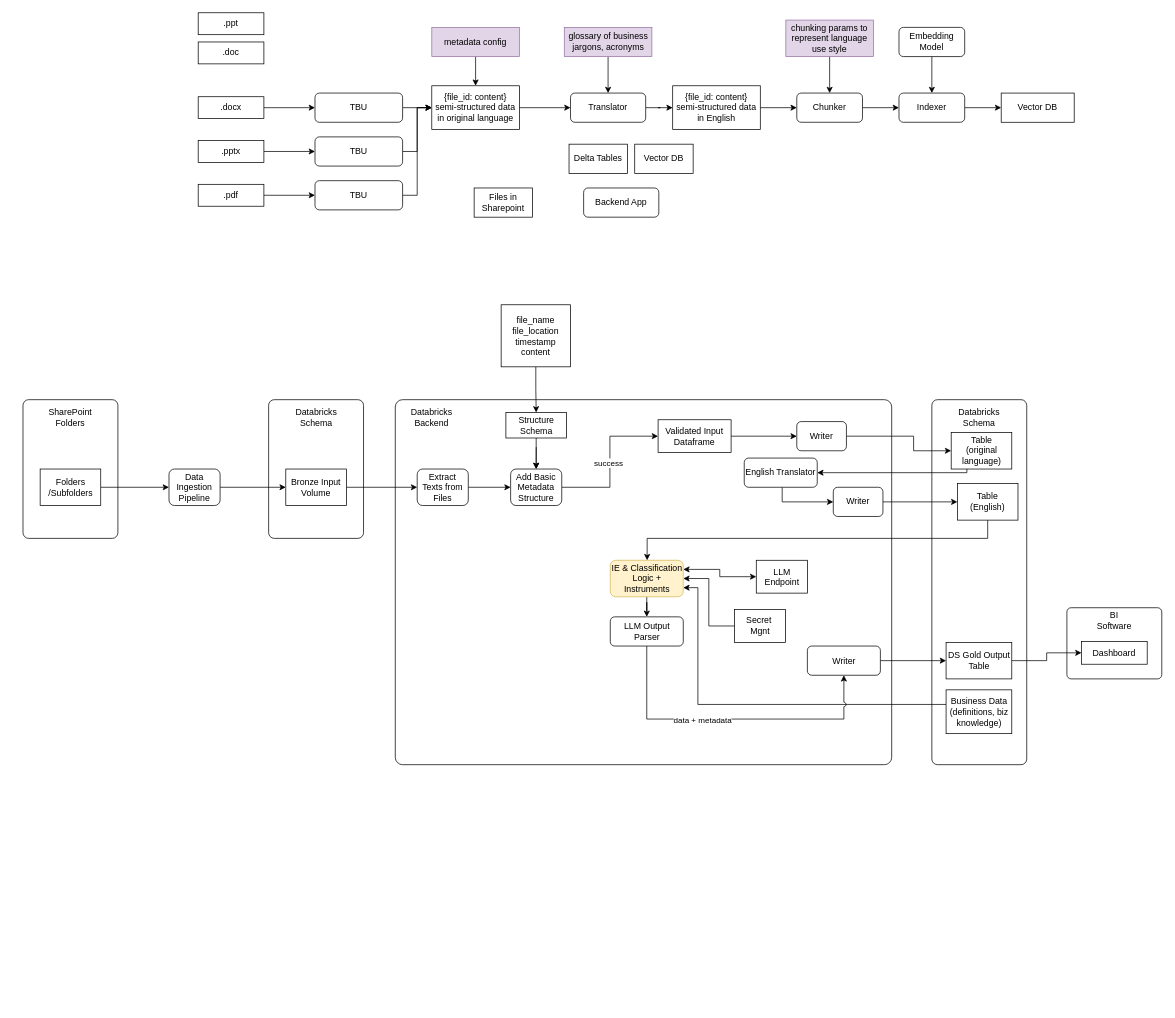
This is page "nea-safety-ie-classification" (1 of 3) of genai-classification.drawio from joshuavaple/draw-io, a draw.io file, before an edit. Source tidied: cells renumbered, new cells numbered last; positions are measured from the earlier drawing's top-left corner, leaving out a move shared by most shapes. Both pictures are drawn from the tidied source at 73%, with x=0, y=0 at pixel (23, 12).
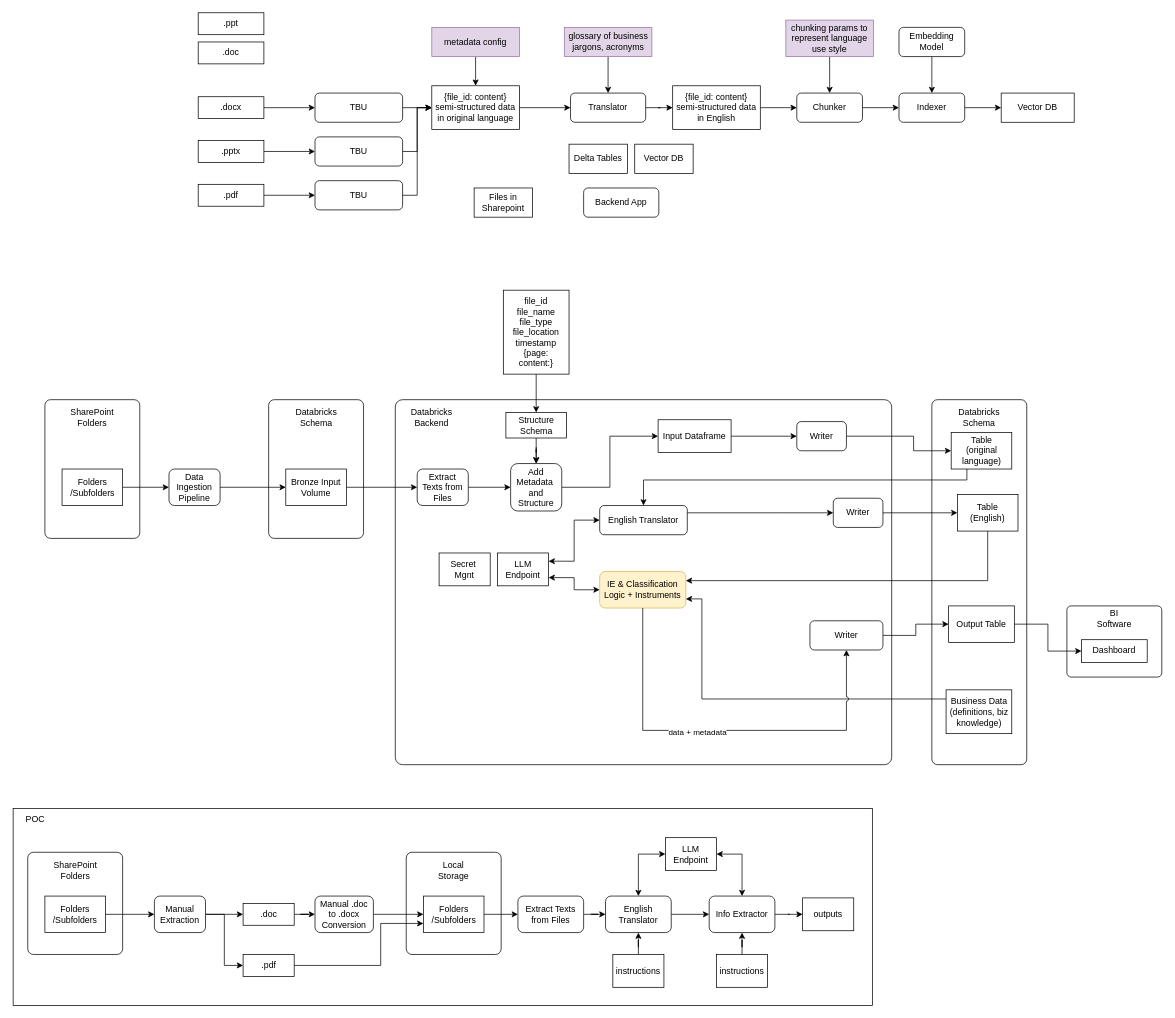
The same diagram, later.

Commit message:
added POC flow diagram

The change refers to these unchanged cells:
```xml
<mxCell id="42" style="edgeStyle=orthogonalEdgeStyle;rounded=0;jettySize=auto;html=1;entryX=0;entryY=0.5;entryDx=0;entryDy=0;" parent="1" edge="1" source="44" target="46">
  <mxGeometry relative="1" as="geometry" />
</mxCell>
<mxCell id="55" value="Business Data&lt;div&gt;(definitions, biz knowledge)&lt;/div&gt;" style="rounded=0;whiteSpace=wrap;html=1;" parent="1" vertex="1">
  <mxGeometry x="1264.5" y="927.5" width="90" height="60" as="geometry" />
</mxCell>
<mxCell id="57" value="Table&lt;div&gt;(original language)&lt;/div&gt;" style="rounded=0;whiteSpace=wrap;html=1;" parent="1" vertex="1">
  <mxGeometry x="1271.5" y="575" width="83" height="50" as="geometry" />
</mxCell>
```

Diff of the diagram source:
```diff
@@
+    <mxCell id="93" style="rounded=0;whiteSpace=wrap;html=1;" parent="1" vertex="1">
+      <mxGeometry x="-13.5" y="1090" width="1177" height="270" as="geometry" />
+    </mxCell>
@@
-    <mxCell id="43" value="success" style="edgeLabel;html=1;align=center;verticalAlign=middle;" parent="42" vertex="1">
-      <mxGeometry x="-0.11" relative="1" as="geometry">
-        <mxPoint x="-3" y="-10" as="offset" />
-      </mxGeometry>
-    </mxCell>
-    <mxCell id="44" value="Add Basic Metadata Structure" style="rounded=1;whiteSpace=wrap;html=1;" parent="1" vertex="1">
-      <mxGeometry x="668" y="625" width="70" height="50" as="geometry" />
+    <mxCell id="44" value="Add Metadata&amp;nbsp; and Structure" style="rounded=1;whiteSpace=wrap;html=1;" parent="1" vertex="1">
+      <mxGeometry x="668" y="617.5" width="70" height="65" as="geometry" />
     </mxCell>
@@
-    <mxCell id="46" value="Validated Input Dataframe" style="rounded=0;whiteSpace=wrap;html=1;" parent="1" vertex="1">
+    <mxCell id="46" value="Input Dataframe" style="rounded=0;whiteSpace=wrap;html=1;" parent="1" vertex="1">
       <mxGeometry x="870" y="557.5" width="100" height="45" as="geometry" />
     </mxCell>
@@
-    <mxCell id="48" value="LLM Endpoint" style="rounded=0;whiteSpace=wrap;html=1;" parent="1" vertex="1">
-      <mxGeometry x="1004.5" y="750" width="70" height="45" as="geometry" />
-    </mxCell>
-    <mxCell id="49" value="Secret&amp;nbsp;&lt;div&gt;Mgnt&lt;/div&gt;" style="rounded=0;whiteSpace=wrap;html=1;" parent="1" vertex="1">
-      <mxGeometry x="974.5" y="817.5" width="70" height="45" as="geometry" />
-    </mxCell>
-    <mxCell id="50" style="edgeStyle=orthogonalEdgeStyle;rounded=0;jettySize=auto;html=1;entryX=0;entryY=0.5;entryDx=0;entryDy=0;startArrow=classic;startFill=1;exitX=1;exitY=0.25;exitDx=0;exitDy=0;" parent="1" edge="1" source="53" target="48">
+    <mxCell id="50" style="edgeStyle=orthogonalEdgeStyle;rounded=0;jettySize=auto;html=1;entryX=1;entryY=0.75;entryDx=0;entryDy=0;startArrow=classic;startFill=1;" parent="1" edge="1" source="53" target="48">
       <mxGeometry relative="1" as="geometry" />
     </mxCell>
-    <mxCell id="51" style="edgeStyle=orthogonalEdgeStyle;rounded=0;jettySize=auto;html=1;entryX=0;entryY=0.5;entryDx=0;entryDy=0;startArrow=classic;startFill=1;endArrow=none;endFill=0;" parent="1" edge="1" source="53" target="49">
-      <mxGeometry relative="1" as="geometry" />
-    </mxCell>
-    <mxCell id="52" style="edgeStyle=orthogonalEdgeStyle;rounded=0;jettySize=auto;html=1;" parent="1" edge="1" source="53" target="62">
-      <mxGeometry relative="1" as="geometry" />
-    </mxCell>
     <mxCell id="53" value="IE &amp;amp; Classification Logic + Instruments" style="rounded=1;whiteSpace=wrap;html=1;fillColor=#fff2cc;strokeColor=#d6b656;" parent="1" vertex="1">
-      <mxGeometry x="804.5" y="750" width="100" height="50" as="geometry" />
+      <mxGeometry x="790" y="765.4" width="118" height="50" as="geometry" />
     </mxCell>
     <mxCell id="54" style="edgeStyle=orthogonalEdgeStyle;rounded=0;jettySize=auto;html=1;entryX=1;entryY=0.75;entryDx=0;entryDy=0;" parent="1" edge="1" source="55" target="53">
       <mxGeometry relative="1" as="geometry">
         <Array as="points">
-          <mxPoint x="924.5" y="947.5" />
-          <mxPoint x="924.5" y="787.5" />
+          <mxPoint x="930" y="940" />
+          <mxPoint x="930" y="803" />
         </Array>
       </mxGeometry>
     </mxCell>
@@
-    <mxCell id="56" style="edgeStyle=orthogonalEdgeStyle;rounded=0;jettySize=auto;html=1;entryX=1;entryY=0.5;entryDx=0;entryDy=0;" parent="1" edge="1" source="57" target="80">
+    <mxCell id="56" style="edgeStyle=orthogonalEdgeStyle;rounded=0;jettySize=auto;html=1;entryX=0.5;entryY=0;entryDx=0;entryDy=0;" parent="1" edge="1" source="57" target="80">
       <mxGeometry relative="1" as="geometry">
         <Array as="points">
-          <mxPoint x="1293" y="630" />
+          <mxPoint x="1293" y="640" />
+          <mxPoint x="850" y="640" />
         </Array>
       </mxGeometry>
     </mxCell>
@@
-    <mxCell id="60" style="edgeStyle=orthogonalEdgeStyle;rounded=0;jettySize=auto;html=1;jumpStyle=arc;entryX=0.5;entryY=1;entryDx=0;entryDy=0;" parent="1" edge="1" source="62" target="66">
+    <mxCell id="60" style="edgeStyle=orthogonalEdgeStyle;rounded=0;jettySize=auto;html=1;jumpStyle=arc;entryX=0.5;entryY=1;entryDx=0;entryDy=0;exitX=0.5;exitY=1;exitDx=0;exitDy=0;" parent="1" edge="1" source="53" target="66">
       <mxGeometry relative="1" as="geometry">
         <Array as="points">
-          <mxPoint x="854.5" y="967.5" />
-          <mxPoint x="1124.5" y="967.5" />
+          <mxPoint x="849" y="983" />
+          <mxPoint x="1128" y="983" />
         </Array>
       </mxGeometry>
     </mxCell>
     <mxCell id="61" value="data + metadata" style="edgeLabel;html=1;align=center;verticalAlign=middle;" parent="60" vertex="1">
-      <mxGeometry x="-0.18" y="-2" relative="1" as="geometry" />
+      <mxGeometry x="-0.18" y="-2" relative="1" as="geometry">
+        <mxPoint x="14" as="offset" />
+      </mxGeometry>
     </mxCell>
-    <mxCell id="62" value="LLM Output Parser" style="rounded=1;whiteSpace=wrap;html=1;" parent="1" vertex="1">
-      <mxGeometry x="804.5" y="827.5" width="100" height="40" as="geometry" />
-    </mxCell>
@@
     <mxCell id="66" value="Writer" style="rounded=1;whiteSpace=wrap;html=1;" parent="1" vertex="1">
-      <mxGeometry x="1074.5" y="867.5" width="100" height="40" as="geometry" />
+      <mxGeometry x="1078" y="832.9" width="100" height="40" as="geometry" />
     </mxCell>
-    <mxCell id="67" value="DS Gold Output Table" style="rounded=0;whiteSpace=wrap;html=1;" parent="1" vertex="1">
-      <mxGeometry x="1264.5" y="862.5" width="90" height="50" as="geometry" />
+    <mxCell id="67" value="Output Table" style="rounded=0;whiteSpace=wrap;html=1;" parent="1" vertex="1">
+      <mxGeometry x="1268" y="812.5" width="90" height="50" as="geometry" />
     </mxCell>
@@
     <mxCell id="71" style="rounded=1;whiteSpace=wrap;html=1;arcSize=6;" parent="1" vertex="1">
-      <mxGeometry y="530" width="130" height="190" as="geometry" />
+      <mxGeometry x="30" y="530" width="130" height="190" as="geometry" />
     </mxCell>
     <mxCell id="72" value="SharePoint Folders" style="text;html=1;align=center;verticalAlign=middle;whiteSpace=wrap;rounded=0;" parent="1" vertex="1">
-      <mxGeometry x="35" y="540" width="60" height="30" as="geometry" />
+      <mxGeometry x="65" y="540" width="60" height="30" as="geometry" />
     </mxCell>
@@
     <mxCell id="74" value="Folders&lt;div&gt;/Subfolders&lt;/div&gt;" style="rounded=0;whiteSpace=wrap;html=1;" parent="1" vertex="1">
-      <mxGeometry x="23.5" y="625" width="83" height="50" as="geometry" />
+      <mxGeometry x="53.5" y="625" width="83" height="50" as="geometry" />
     </mxCell>
@@
-    <mxCell id="78" value="file_name&lt;div&gt;file_location&lt;br&gt;&lt;div&gt;timestamp&lt;/div&gt;&lt;div&gt;content&lt;/div&gt;&lt;/div&gt;" style="rounded=0;whiteSpace=wrap;html=1;" parent="1" vertex="1">
-      <mxGeometry x="655" y="400" width="95" height="85" as="geometry" />
+    <mxCell id="78" value="&lt;div&gt;&lt;span style=&quot;background-color: transparent; color: light-dark(rgb(0, 0, 0), rgb(255, 255, 255));&quot;&gt;file_id&lt;/span&gt;&lt;/div&gt;&lt;div&gt;&lt;span style=&quot;background-color: transparent; color: light-dark(rgb(0, 0, 0), rgb(255, 255, 255));&quot;&gt;file_name&lt;/span&gt;&lt;/div&gt;&lt;div&gt;&lt;span style=&quot;background-color: transparent; color: light-dark(rgb(0, 0, 0), rgb(255, 255, 255));&quot;&gt;file_type&lt;/span&gt;&lt;/div&gt;&lt;div&gt;file_location&lt;br&gt;&lt;div&gt;timestamp&lt;/div&gt;&lt;div&gt;{page:&lt;/div&gt;&lt;div&gt;content:}&lt;/div&gt;&lt;/div&gt;" style="rounded=0;whiteSpace=wrap;html=1;" parent="1" vertex="1">
+      <mxGeometry x="658" y="380" width="90" height="115" as="geometry" />
     </mxCell>
     <mxCell id="79" style="edgeStyle=orthogonalEdgeStyle;rounded=0;jettySize=auto;html=1;entryX=0;entryY=0.5;entryDx=0;entryDy=0;" parent="1" edge="1" source="80" target="84">
       <mxGeometry relative="1" as="geometry">
         <Array as="points">
-          <mxPoint x="1040" y="670" />
+          <mxPoint x="1040" y="685" />
         </Array>
       </mxGeometry>
     </mxCell>
+    <mxCell id="94" style="edgeStyle=orthogonalEdgeStyle;rounded=0;jettySize=auto;html=1;entryX=1;entryY=0.25;entryDx=0;entryDy=0;startArrow=classic;startFill=1;" parent="1" edge="1" source="80" target="48">
+      <mxGeometry relative="1" as="geometry" />
+    </mxCell>
     <mxCell id="80" value="English Translator" style="rounded=1;whiteSpace=wrap;html=1;" parent="1" vertex="1">
-      <mxGeometry x="988" y="610" width="100" height="40" as="geometry" />
+      <mxGeometry x="790" y="675" width="120" height="40" as="geometry" />
     </mxCell>
-    <mxCell id="81" style="edgeStyle=orthogonalEdgeStyle;rounded=0;jettySize=auto;html=1;" parent="1" edge="1" source="82" target="53">
+    <mxCell id="81" style="edgeStyle=orthogonalEdgeStyle;rounded=0;jettySize=auto;html=1;entryX=1;entryY=0.25;entryDx=0;entryDy=0;" parent="1" edge="1" source="82" target="53">
       <mxGeometry relative="1" as="geometry">
         <Array as="points">
-          <mxPoint x="1322" y="720" />
-          <mxPoint x="855" y="720" />
+          <mxPoint x="1322" y="778" />
         </Array>
       </mxGeometry>
     </mxCell>
     <mxCell id="82" value="Table&lt;div&gt;(English)&lt;/div&gt;" style="rounded=0;whiteSpace=wrap;html=1;" parent="1" vertex="1">
-      <mxGeometry x="1280" y="645" width="83" height="50" as="geometry" />
+      <mxGeometry x="1280" y="660" width="83" height="50" as="geometry" />
     </mxCell>
@@
     <mxCell id="84" value="Writer" style="rounded=1;whiteSpace=wrap;html=1;" parent="1" vertex="1">
-      <mxGeometry x="1110" y="650" width="68" height="40" as="geometry" />
+      <mxGeometry x="1110" y="665" width="68" height="40" as="geometry" />
     </mxCell>
@@
     <mxCell id="87" style="rounded=1;whiteSpace=wrap;html=1;arcSize=6;" parent="1" vertex="1">
-      <mxGeometry x="1430" y="815" width="130" height="97.5" as="geometry" />
+      <mxGeometry x="1430" y="812.5" width="130" height="97.5" as="geometry" />
     </mxCell>
     <mxCell id="88" value="Dashboard" style="rounded=0;whiteSpace=wrap;html=1;" parent="1" vertex="1">
-      <mxGeometry x="1450" y="861.2" width="90" height="31.2" as="geometry" />
+      <mxGeometry x="1450" y="858.8" width="90" height="31.2" as="geometry" />
     </mxCell>
     <mxCell id="89" value="BI Software" style="text;html=1;align=center;verticalAlign=middle;whiteSpace=wrap;rounded=0;" parent="1" vertex="1">
-      <mxGeometry x="1465" y="817.5" width="60" height="30" as="geometry" />
+      <mxGeometry x="1465" y="815" width="60" height="30" as="geometry" />
     </mxCell>
@@
+    <mxCell id="48" value="LLM Endpoint" style="rounded=0;whiteSpace=wrap;html=1;" parent="1" vertex="1">
+      <mxGeometry x="650" y="740" width="70" height="45" as="geometry" />
+    </mxCell>
+    <mxCell id="49" value="Secret&amp;nbsp;&lt;div&gt;Mgnt&lt;/div&gt;" style="rounded=0;whiteSpace=wrap;html=1;" parent="1" vertex="1">
+      <mxGeometry x="570" y="740" width="70" height="45" as="geometry" />
+    </mxCell>
+    <mxCell id="95" style="rounded=1;whiteSpace=wrap;html=1;arcSize=6;" parent="1" vertex="1">
+      <mxGeometry x="6.5" y="1150" width="130" height="140" as="geometry" />
+    </mxCell>
+    <mxCell id="96" value="SharePoint Folders" style="text;html=1;align=center;verticalAlign=middle;whiteSpace=wrap;rounded=0;" parent="1" vertex="1">
+      <mxGeometry x="41.5" y="1160" width="60" height="30" as="geometry" />
+    </mxCell>
+    <mxCell id="97" style="edgeStyle=orthogonalEdgeStyle;rounded=0;jettySize=auto;html=1;entryX=0;entryY=0.5;entryDx=0;entryDy=0;" parent="1" edge="1" source="98" target="101">
+      <mxGeometry relative="1" as="geometry" />
+    </mxCell>
+    <mxCell id="98" value="Folders&lt;div&gt;/Subfolders&lt;/div&gt;" style="rounded=0;whiteSpace=wrap;html=1;" parent="1" vertex="1">
+      <mxGeometry x="30" y="1210" width="83" height="50" as="geometry" />
+    </mxCell>
+    <mxCell id="99" style="edgeStyle=orthogonalEdgeStyle;rounded=0;jettySize=auto;html=1;entryX=0;entryY=0.5;entryDx=0;entryDy=0;" parent="1" edge="1" source="101" target="109">
+      <mxGeometry relative="1" as="geometry" />
+    </mxCell>
+    <mxCell id="100" style="edgeStyle=orthogonalEdgeStyle;rounded=0;jettySize=auto;html=1;entryX=0;entryY=0.5;entryDx=0;entryDy=0;" parent="1" edge="1" source="101" target="111">
+      <mxGeometry relative="1" as="geometry" />
+    </mxCell>
+    <mxCell id="101" value="Manual Extraction" style="rounded=1;whiteSpace=wrap;html=1;" parent="1" vertex="1">
+      <mxGeometry x="180" y="1210" width="70" height="50" as="geometry" />
+    </mxCell>
+    <mxCell id="102" style="rounded=1;whiteSpace=wrap;html=1;arcSize=6;" parent="1" vertex="1">
+      <mxGeometry x="525" y="1150" width="130" height="140" as="geometry" />
+    </mxCell>
+    <mxCell id="103" value="Local Storage" style="text;html=1;align=center;verticalAlign=middle;whiteSpace=wrap;rounded=0;" parent="1" vertex="1">
+      <mxGeometry x="560" y="1160" width="60" height="30" as="geometry" />
+    </mxCell>
+    <mxCell id="104" style="edgeStyle=orthogonalEdgeStyle;rounded=0;jettySize=auto;html=1;entryX=0;entryY=0.5;entryDx=0;entryDy=0;" parent="1" edge="1" source="105" target="116">
+      <mxGeometry relative="1" as="geometry" />
+    </mxCell>
+    <mxCell id="105" value="Folders&lt;div&gt;/Subfolders&lt;/div&gt;" style="rounded=0;whiteSpace=wrap;html=1;" parent="1" vertex="1">
+      <mxGeometry x="548.5" y="1210" width="83" height="50" as="geometry" />
+    </mxCell>
+    <mxCell id="106" style="edgeStyle=orthogonalEdgeStyle;rounded=0;jettySize=auto;html=1;entryX=0;entryY=0.5;entryDx=0;entryDy=0;" parent="1" edge="1" source="107" target="105">
+      <mxGeometry relative="1" as="geometry" />
+    </mxCell>
+    <mxCell id="107" value="Manual .doc to .docx Conversion" style="rounded=1;whiteSpace=wrap;html=1;" parent="1" vertex="1">
+      <mxGeometry x="400" y="1210" width="80" height="50" as="geometry" />
+    </mxCell>
+    <mxCell id="108" style="edgeStyle=orthogonalEdgeStyle;rounded=0;jettySize=auto;html=1;entryX=0;entryY=0.5;entryDx=0;entryDy=0;" parent="1" edge="1" source="109" target="107">
+      <mxGeometry relative="1" as="geometry" />
+    </mxCell>
+    <mxCell id="109" value=".doc" style="rounded=0;whiteSpace=wrap;html=1;" parent="1" vertex="1">
+      <mxGeometry x="301.5" y="1220" width="70" height="30" as="geometry" />
+    </mxCell>
+    <mxCell id="110" style="edgeStyle=orthogonalEdgeStyle;rounded=0;jettySize=auto;html=1;entryX=0;entryY=0.75;entryDx=0;entryDy=0;" parent="1" edge="1" source="111" target="105">
+      <mxGeometry relative="1" as="geometry">
+        <Array as="points">
+          <mxPoint x="490" y="1305" />
+          <mxPoint x="490" y="1248" />
+        </Array>
+      </mxGeometry>
+    </mxCell>
+    <mxCell id="111" value=".pdf" style="rounded=0;whiteSpace=wrap;html=1;" parent="1" vertex="1">
+      <mxGeometry x="301.5" y="1290" width="70" height="30" as="geometry" />
+    </mxCell>
+    <mxCell id="112" style="edgeStyle=orthogonalEdgeStyle;rounded=0;jettySize=auto;html=1;entryX=0;entryY=0.5;entryDx=0;entryDy=0;" parent="1" edge="1" source="114" target="120">
+      <mxGeometry relative="1" as="geometry" />
+    </mxCell>
+    <mxCell id="113" style="edgeStyle=orthogonalEdgeStyle;rounded=0;jettySize=auto;html=1;entryX=0;entryY=0.5;entryDx=0;entryDy=0;startArrow=classic;startFill=1;" parent="1" edge="1" source="114" target="117">
+      <mxGeometry relative="1" as="geometry" />
+    </mxCell>
+    <mxCell id="114" value="English Translator" style="rounded=1;whiteSpace=wrap;html=1;" parent="1" vertex="1">
+      <mxGeometry x="798" y="1210" width="90" height="50" as="geometry" />
+    </mxCell>
+    <mxCell id="115" style="edgeStyle=orthogonalEdgeStyle;rounded=0;jettySize=auto;html=1;entryX=0;entryY=0.5;entryDx=0;entryDy=0;" parent="1" edge="1" source="116" target="114">
+      <mxGeometry relative="1" as="geometry" />
+    </mxCell>
+    <mxCell id="116" value="Extract Texts from Files" style="rounded=1;whiteSpace=wrap;html=1;" parent="1" vertex="1">
+      <mxGeometry x="678" y="1210" width="90" height="50" as="geometry" />
+    </mxCell>
+    <mxCell id="117" value="LLM Endpoint" style="rounded=0;whiteSpace=wrap;html=1;" parent="1" vertex="1">
+      <mxGeometry x="880" y="1130" width="70" height="45" as="geometry" />
+    </mxCell>
+    <mxCell id="118" style="edgeStyle=orthogonalEdgeStyle;rounded=0;jettySize=auto;html=1;entryX=1;entryY=0.5;entryDx=0;entryDy=0;startArrow=classic;startFill=1;" parent="1" edge="1" source="120" target="117">
+      <mxGeometry relative="1" as="geometry" />
+    </mxCell>
+    <mxCell id="119" style="edgeStyle=orthogonalEdgeStyle;rounded=0;jettySize=auto;html=1;entryX=0;entryY=0.5;entryDx=0;entryDy=0;" parent="1" edge="1" source="120" target="125">
+      <mxGeometry relative="1" as="geometry" />
+    </mxCell>
+    <mxCell id="120" value="Info Extractor" style="rounded=1;whiteSpace=wrap;html=1;" parent="1" vertex="1">
+      <mxGeometry x="940" y="1210" width="90" height="50" as="geometry" />
+    </mxCell>
+    <mxCell id="121" style="edgeStyle=orthogonalEdgeStyle;rounded=0;jettySize=auto;html=1;entryX=0.5;entryY=1;entryDx=0;entryDy=0;" parent="1" edge="1" source="122" target="114">
+      <mxGeometry relative="1" as="geometry" />
+    </mxCell>
+    <mxCell id="122" value="instructions" style="rounded=0;whiteSpace=wrap;html=1;" parent="1" vertex="1">
+      <mxGeometry x="808" y="1290" width="70" height="45" as="geometry" />
+    </mxCell>
+    <mxCell id="123" style="edgeStyle=orthogonalEdgeStyle;rounded=0;jettySize=auto;html=1;entryX=0.5;entryY=1;entryDx=0;entryDy=0;" parent="1" edge="1" source="124" target="120">
+      <mxGeometry relative="1" as="geometry" />
+    </mxCell>
+    <mxCell id="124" value="instructions" style="rounded=0;whiteSpace=wrap;html=1;" parent="1" vertex="1">
+      <mxGeometry x="950" y="1290" width="70" height="45" as="geometry" />
+    </mxCell>
+    <mxCell id="125" value="outputs" style="rounded=0;whiteSpace=wrap;html=1;" parent="1" vertex="1">
+      <mxGeometry x="1068" y="1212.5" width="70" height="45" as="geometry" />
+    </mxCell>
+    <mxCell id="126" value="POC" style="text;html=1;align=center;verticalAlign=middle;whiteSpace=wrap;rounded=0;" parent="1" vertex="1">
+      <mxGeometry x="-13.5" y="1090" width="60" height="30" as="geometry" />
+    </mxCell>
```
